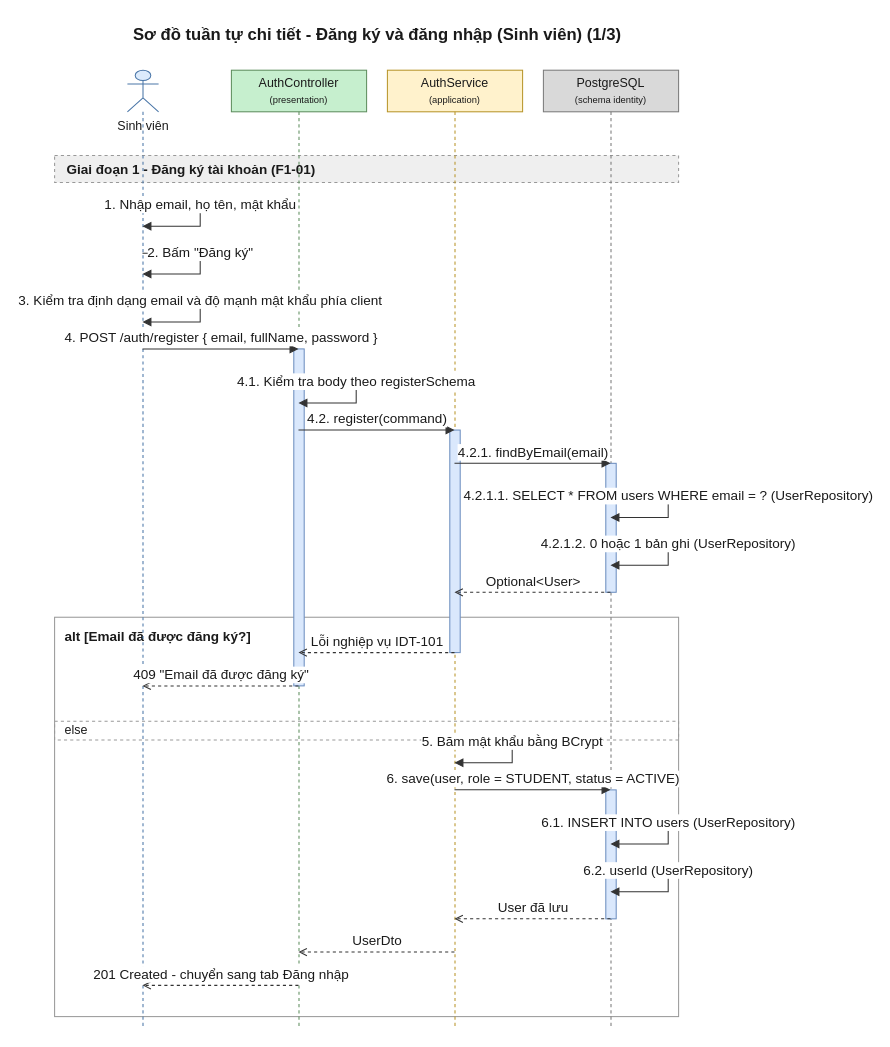
The draw.io diagram 08-diagram/sequence/user/sequence_user_dang_ky_dang_nhap_p1.drawio in daiphu1801/PRJ_ALGOPREP, before the edit. Source tidied: cells renumbered, new cells numbered last; positions are measured from the earlier drawing's top-left corner, leaving out a move shared by most shapes. Both pictures are drawn from the tidied source at 104%, with x=0, y=0 at pixel (54, 18).
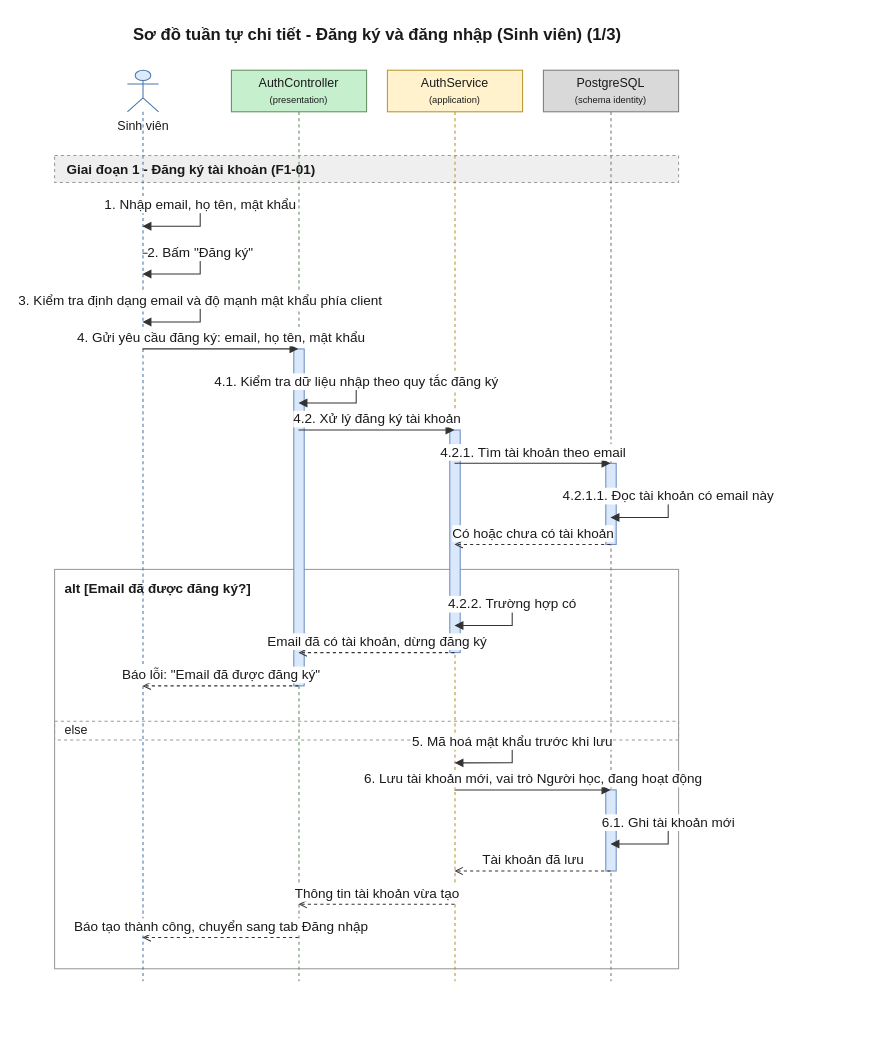
After the change.

Change to the diagram source:
```diff
@@
     <mxCell id="3" value="alt [Email đã được đăng ký?]" style="algoprep=alt;rounded=0;whiteSpace=wrap;html=1;fillColor=none;strokeColor=#999999;verticalAlign=top;align=left;spacingLeft=8;spacingTop=4;fontColor=#1A1A1A;fontSize=13;fontStyle=1;dashed=0;" parent="1" vertex="1">
-      <mxGeometry y="576" width="600" height="384" as="geometry" />
+      <mxGeometry y="530" width="600" height="384" as="geometry" />
     </mxCell>
@@
     <mxCell id="6" value="Sinh viên" style="shape=umlLifeline;participant=umlActor;perimeter=lifelinePerimeter;html=1;outlineConnect=0;size=40;verticalAlign=top;spacingTop=40;fillColor=#DCEBFC;strokeColor=#4A76A8;fontColor=#1A1A1A;" parent="1" vertex="1">
-      <mxGeometry x="70" y="50" width="30" height="922" as="geometry" />
+      <mxGeometry x="70" y="50" width="30" height="876" as="geometry" />
     </mxCell>
     <mxCell id="7" value="AuthController&lt;br&gt;&lt;font style=&quot;font-size:9px&quot;&gt;(presentation)&lt;/font&gt;" style="shape=umlLifeline;perimeter=lifelinePerimeter;whiteSpace=wrap;html=1;outlineConnect=0;size=40;fillColor=#C6EFCE;strokeColor=#5E8E5E;fontColor=#1A1A1A;" parent="1" vertex="1">
-      <mxGeometry x="170" y="50" width="130" height="922" as="geometry" />
+      <mxGeometry x="170" y="50" width="130" height="876" as="geometry" />
     </mxCell>
     <mxCell id="8" value="AuthService&lt;br&gt;&lt;font style=&quot;font-size:9px&quot;&gt;(application)&lt;/font&gt;" style="shape=umlLifeline;perimeter=lifelinePerimeter;whiteSpace=wrap;html=1;outlineConnect=0;size=40;fillColor=#FFF2CC;strokeColor=#B8952A;fontColor=#1A1A1A;" parent="1" vertex="1">
-      <mxGeometry x="320" y="50" width="130" height="922" as="geometry" />
+      <mxGeometry x="320" y="50" width="130" height="876" as="geometry" />
     </mxCell>
     <mxCell id="9" value="PostgreSQL&lt;br&gt;&lt;font style=&quot;font-size:9px&quot;&gt;(schema identity)&lt;/font&gt;" style="shape=umlLifeline;perimeter=lifelinePerimeter;whiteSpace=wrap;html=1;outlineConnect=0;size=40;fillColor=#D9D9D9;strokeColor=#7A7A7A;fontColor=#1A1A1A;" parent="1" vertex="1">
-      <mxGeometry x="470" y="50" width="130" height="922" as="geometry" />
+      <mxGeometry x="470" y="50" width="130" height="876" as="geometry" />
     </mxCell>
     <mxCell id="10" style="html=1;perimeter=orthogonalPerimeter;targetShapes=umlLifeline;fillColor=#DAE8FC;strokeColor=#6C8EBF;" parent="9" vertex="1">
-      <mxGeometry x="60" y="378" width="10" height="124" as="geometry" />
+      <mxGeometry x="60" y="378" width="10" height="78" as="geometry" />
     </mxCell>
@@
     <mxCell id="13" style="html=1;perimeter=orthogonalPerimeter;targetShapes=umlLifeline;fillColor=#DAE8FC;strokeColor=#6C8EBF;" parent="9" vertex="1">
-      <mxGeometry x="60" y="692" width="10" height="124" as="geometry" />
+      <mxGeometry x="60" y="692" width="10" height="78" as="geometry" />
     </mxCell>
-    <mxCell id="14" value="1. Nhập email, họ tên, mật khẩu" style="edgeStyle=orthogonalEdgeStyle;rounded=0;html=1;endArrow=block;endFill=1;strokeColor=#333333;fontColor=#1A1A1A;fontSize=13;verticalAlign=bottom;exitX=0.5;exitY=0.1410;exitDx=0;exitDy=0;entryX=0.5;entryY=0.1627;entryDx=0;entryDy=0;" parent="1" edge="1" source="6" target="6">
+    <mxCell id="14" value="1. Nhập email, họ tên, mật khẩu" style="edgeStyle=orthogonalEdgeStyle;rounded=0;html=1;endArrow=block;endFill=1;strokeColor=#333333;fontColor=#1A1A1A;fontSize=13;verticalAlign=bottom;exitX=0.5;exitY=0.1484;exitDx=0;exitDy=0;entryX=0.5;entryY=0.1712;entryDx=0;entryDy=0;" parent="1" edge="1" source="6" target="6">
       <mxGeometry relative="1" as="geometry">
         <Array as="points">
           <mxPoint x="140" y="180" />
           <mxPoint x="140" y="200" />
         </Array>
       </mxGeometry>
     </mxCell>
-    <mxCell id="15" value="2. Bấm &quot;Đăng ký&quot;" style="edgeStyle=orthogonalEdgeStyle;rounded=0;html=1;endArrow=block;endFill=1;strokeColor=#333333;fontColor=#1A1A1A;fontSize=13;verticalAlign=bottom;exitX=0.5;exitY=0.1909;exitDx=0;exitDy=0;entryX=0.5;entryY=0.2126;entryDx=0;entryDy=0;" parent="1" edge="1" source="6" target="6">
+    <mxCell id="15" value="2. Bấm &quot;Đăng ký&quot;" style="edgeStyle=orthogonalEdgeStyle;rounded=0;html=1;endArrow=block;endFill=1;strokeColor=#333333;fontColor=#1A1A1A;fontSize=13;verticalAlign=bottom;exitX=0.5;exitY=0.2009;exitDx=0;exitDy=0;entryX=0.5;entryY=0.2237;entryDx=0;entryDy=0;" parent="1" edge="1" source="6" target="6">
       <mxGeometry relative="1" as="geometry">
         <Array as="points">
           <mxPoint x="140" y="226" />
           <mxPoint x="140" y="246" />
         </Array>
       </mxGeometry>
     </mxCell>
-    <mxCell id="16" value="3. Kiểm tra định dạng email và độ mạnh mật khẩu phía client" style="edgeStyle=orthogonalEdgeStyle;rounded=0;html=1;endArrow=block;endFill=1;strokeColor=#333333;fontColor=#1A1A1A;fontSize=13;verticalAlign=bottom;exitX=0.5;exitY=0.2408;exitDx=0;exitDy=0;entryX=0.5;entryY=0.2625;entryDx=0;entryDy=0;" parent="1" edge="1" source="6" target="6">
+    <mxCell id="16" value="3. Kiểm tra định dạng email và độ mạnh mật khẩu phía client" style="edgeStyle=orthogonalEdgeStyle;rounded=0;html=1;endArrow=block;endFill=1;strokeColor=#333333;fontColor=#1A1A1A;fontSize=13;verticalAlign=bottom;exitX=0.5;exitY=0.2534;exitDx=0;exitDy=0;entryX=0.5;entryY=0.2763;entryDx=0;entryDy=0;" parent="1" edge="1" source="6" target="6">
       <mxGeometry relative="1" as="geometry">
         <Array as="points">
           <mxPoint x="140" y="272" />
           <mxPoint x="140" y="292" />
         </Array>
       </mxGeometry>
     </mxCell>
-    <mxCell id="17" value="4. POST /auth/register { email, fullName, password }" style="edgeStyle=none;html=1;endArrow=block;endFill=1;strokeColor=#333333;fontColor=#1A1A1A;fontSize=13;verticalAlign=bottom;exitX=0.5;exitY=0.2907;exitDx=0;exitDy=0;entryX=0.5;entryY=0.2907;entryDx=0;entryDy=0;" parent="1" edge="1" source="6" target="7">
+    <mxCell id="17" value="4. Gửi yêu cầu đăng ký: email, họ tên, mật khẩu" style="edgeStyle=none;html=1;endArrow=block;endFill=1;strokeColor=#333333;fontColor=#1A1A1A;fontSize=13;verticalAlign=bottom;exitX=0.5;exitY=0.3059;exitDx=0;exitDy=0;entryX=0.5;entryY=0.3059;entryDx=0;entryDy=0;" parent="1" edge="1" source="6" target="7">
       <mxGeometry relative="1" as="geometry" />
     </mxCell>
-    <mxCell id="18" value="4.1. Kiểm tra body theo registerSchema" style="edgeStyle=orthogonalEdgeStyle;rounded=0;html=1;endArrow=block;endFill=1;strokeColor=#333333;fontColor=#1A1A1A;fontSize=13;verticalAlign=bottom;exitX=0.5;exitY=0.3254;exitDx=0;exitDy=0;entryX=0.5;entryY=0.3471;entryDx=0;entryDy=0;" parent="1" edge="1" source="7" target="7">
+    <mxCell id="18" value="4.1. Kiểm tra dữ liệu nhập theo quy tắc đăng ký" style="edgeStyle=orthogonalEdgeStyle;rounded=0;html=1;endArrow=block;endFill=1;strokeColor=#333333;fontColor=#1A1A1A;fontSize=13;verticalAlign=bottom;exitX=0.5;exitY=0.3425;exitDx=0;exitDy=0;entryX=0.5;entryY=0.3653;entryDx=0;entryDy=0;" parent="1" edge="1" source="7" target="7">
       <mxGeometry relative="1" as="geometry">
         <Array as="points">
           <mxPoint x="290" y="350" />
           <mxPoint x="290" y="370" />
         </Array>
       </mxGeometry>
     </mxCell>
-    <mxCell id="19" value="4.2. register(command)" style="edgeStyle=none;html=1;endArrow=block;endFill=1;strokeColor=#333333;fontColor=#1A1A1A;fontSize=13;verticalAlign=bottom;exitX=0.5;exitY=0.3753;exitDx=0;exitDy=0;entryX=0.5;entryY=0.3753;entryDx=0;entryDy=0;" parent="1" edge="1" source="7" target="8">
+    <mxCell id="19" value="4.2. Xử lý đăng ký tài khoản" style="edgeStyle=none;html=1;endArrow=block;endFill=1;strokeColor=#333333;fontColor=#1A1A1A;fontSize=13;verticalAlign=bottom;exitX=0.5;exitY=0.3950;exitDx=0;exitDy=0;entryX=0.5;entryY=0.3950;entryDx=0;entryDy=0;" parent="1" edge="1" source="7" target="8">
       <mxGeometry relative="1" as="geometry" />
     </mxCell>
-    <mxCell id="20" value="4.2.1. findByEmail(email)" style="edgeStyle=none;html=1;endArrow=block;endFill=1;strokeColor=#333333;fontColor=#1A1A1A;fontSize=13;verticalAlign=bottom;exitX=0.5;exitY=0.4100;exitDx=0;exitDy=0;entryX=0.5;entryY=0.4100;entryDx=0;entryDy=0;" parent="1" edge="1" source="8" target="9">
+    <mxCell id="20" value="4.2.1. Tìm tài khoản theo email" style="edgeStyle=none;html=1;endArrow=block;endFill=1;strokeColor=#333333;fontColor=#1A1A1A;fontSize=13;verticalAlign=bottom;exitX=0.5;exitY=0.4315;exitDx=0;exitDy=0;entryX=0.5;entryY=0.4315;entryDx=0;entryDy=0;" parent="1" edge="1" source="8" target="9">
       <mxGeometry relative="1" as="geometry" />
     </mxCell>
-    <mxCell id="21" value="4.2.1.1. SELECT * FROM users WHERE email = ? (UserRepository)" style="edgeStyle=orthogonalEdgeStyle;rounded=0;html=1;endArrow=block;endFill=1;strokeColor=#333333;fontColor=#1A1A1A;fontSize=13;verticalAlign=bottom;exitX=0.5;exitY=0.4447;exitDx=0;exitDy=0;entryX=0.5;entryY=0.4664;entryDx=0;entryDy=0;" parent="1" edge="1" source="9" target="9">
+    <mxCell id="21" value="4.2.1.1. Đọc tài khoản có email này" style="edgeStyle=orthogonalEdgeStyle;rounded=0;html=1;endArrow=block;endFill=1;strokeColor=#333333;fontColor=#1A1A1A;fontSize=13;verticalAlign=bottom;exitX=0.5;exitY=0.4680;exitDx=0;exitDy=0;entryX=0.5;entryY=0.4909;entryDx=0;entryDy=0;" parent="1" edge="1" source="9" target="9">
       <mxGeometry relative="1" as="geometry">
         <Array as="points">
           <mxPoint x="590" y="460" />
           <mxPoint x="590" y="480" />
         </Array>
       </mxGeometry>
     </mxCell>
-    <mxCell id="22" value="4.2.1.2. 0 hoặc 1 bản ghi (UserRepository)" style="edgeStyle=orthogonalEdgeStyle;rounded=0;html=1;endArrow=block;endFill=1;strokeColor=#333333;fontColor=#1A1A1A;fontSize=13;verticalAlign=bottom;exitX=0.5;exitY=0.4946;exitDx=0;exitDy=0;entryX=0.5;entryY=0.5163;entryDx=0;entryDy=0;" parent="1" edge="1" source="9" target="9">
-      <mxGeometry relative="1" as="geometry">
-        <Array as="points">
-          <mxPoint x="590" y="506" />
-          <mxPoint x="590" y="526" />
-        </Array>
-      </mxGeometry>
+    <mxCell id="22" value="Có hoặc chưa có tài khoản" style="edgeStyle=none;html=1;endArrow=open;endFill=0;dashed=1;strokeColor=#333333;fontColor=#1A1A1A;fontSize=13;verticalAlign=bottom;exitX=0.5;exitY=0.5205;exitDx=0;exitDy=0;entryX=0.5;entryY=0.5205;entryDx=0;entryDy=0;" parent="1" edge="1" source="9" target="8">
+      <mxGeometry relative="1" as="geometry" />
     </mxCell>
-    <mxCell id="23" value="Optional&amp;lt;User&amp;gt;" style="edgeStyle=none;html=1;endArrow=open;endFill=0;dashed=1;strokeColor=#333333;fontColor=#1A1A1A;fontSize=13;verticalAlign=bottom;exitX=0.5;exitY=0.5445;exitDx=0;exitDy=0;entryX=0.5;entryY=0.5445;entryDx=0;entryDy=0;" parent="1" edge="1" source="9" target="8">
-      <mxGeometry relative="1" as="geometry" />
+    <mxCell id="23" value="4.2.2. Trường hợp có" style="edgeStyle=orthogonalEdgeStyle;rounded=0;html=1;endArrow=block;endFill=1;strokeColor=#333333;fontColor=#1A1A1A;fontSize=13;verticalAlign=bottom;exitX=0.5;exitY=0.5868;exitDx=0;exitDy=0;entryX=0.5;entryY=0.6096;entryDx=0;entryDy=0;" parent="1" edge="1" source="8" target="8">
+      <mxGeometry relative="1" as="geometry">
+        <Array as="points">
+          <mxPoint x="440" y="564" />
+          <mxPoint x="440" y="584" />
+        </Array>
+      </mxGeometry>
     </mxCell>
-    <mxCell id="24" value="Lỗi nghiệp vụ IDT-101" style="edgeStyle=none;html=1;endArrow=open;endFill=0;dashed=1;strokeColor=#333333;fontColor=#1A1A1A;fontSize=13;verticalAlign=bottom;exitX=0.5;exitY=0.6074;exitDx=0;exitDy=0;entryX=0.5;entryY=0.6074;entryDx=0;entryDy=0;" parent="1" edge="1" source="8" target="7">
+    <mxCell id="24" value="Email đã có tài khoản, dừng đăng ký" style="edgeStyle=none;html=1;endArrow=open;endFill=0;dashed=1;strokeColor=#333333;fontColor=#1A1A1A;fontSize=13;verticalAlign=bottom;exitX=0.5;exitY=0.6393;exitDx=0;exitDy=0;entryX=0.5;entryY=0.6393;entryDx=0;entryDy=0;" parent="1" edge="1" source="8" target="7">
       <mxGeometry relative="1" as="geometry" />
     </mxCell>
-    <mxCell id="25" value="409 &quot;Email đã được đăng ký&quot;" style="edgeStyle=none;html=1;endArrow=open;endFill=0;dashed=1;strokeColor=#333333;fontColor=#1A1A1A;fontSize=13;verticalAlign=bottom;exitX=0.5;exitY=0.6421;exitDx=0;exitDy=0;entryX=0.5;entryY=0.6421;entryDx=0;entryDy=0;" parent="1" edge="1" source="7" target="6">
+    <mxCell id="25" value="Báo lỗi: &quot;Email đã được đăng ký&quot;" style="edgeStyle=none;html=1;endArrow=open;endFill=0;dashed=1;strokeColor=#333333;fontColor=#1A1A1A;fontSize=13;verticalAlign=bottom;exitX=0.5;exitY=0.6758;exitDx=0;exitDy=0;entryX=0.5;entryY=0.6758;entryDx=0;entryDy=0;" parent="1" edge="1" source="7" target="6">
       <mxGeometry relative="1" as="geometry" />
     </mxCell>
-    <mxCell id="26" value="5. Băm mật khẩu bằng BCrypt" style="edgeStyle=orthogonalEdgeStyle;rounded=0;html=1;endArrow=block;endFill=1;strokeColor=#333333;fontColor=#1A1A1A;fontSize=13;verticalAlign=bottom;exitX=0.5;exitY=0.7007;exitDx=0;exitDy=0;entryX=0.5;entryY=0.7223;entryDx=0;entryDy=0;" parent="1" edge="1" source="8" target="8">
+    <mxCell id="26" value="5. Mã hoá mật khẩu trước khi lưu" style="edgeStyle=orthogonalEdgeStyle;rounded=0;html=1;endArrow=block;endFill=1;strokeColor=#333333;fontColor=#1A1A1A;fontSize=13;verticalAlign=bottom;exitX=0.5;exitY=0.7374;exitDx=0;exitDy=0;entryX=0.5;entryY=0.7603;entryDx=0;entryDy=0;" parent="1" edge="1" source="8" target="8">
       <mxGeometry relative="1" as="geometry">
         <Array as="points">
           <mxPoint x="440" y="696" />
           <mxPoint x="440" y="716" />
         </Array>
       </mxGeometry>
     </mxCell>
-    <mxCell id="27" value="6. save(user, role = STUDENT, status = ACTIVE)" style="edgeStyle=none;html=1;endArrow=block;endFill=1;strokeColor=#333333;fontColor=#1A1A1A;fontSize=13;verticalAlign=bottom;exitX=0.5;exitY=0.7505;exitDx=0;exitDy=0;entryX=0.5;entryY=0.7505;entryDx=0;entryDy=0;" parent="1" edge="1" source="8" target="9">
+    <mxCell id="27" value="6. Lưu tài khoản mới, vai trò Người học, đang hoạt động" style="edgeStyle=none;html=1;endArrow=block;endFill=1;strokeColor=#333333;fontColor=#1A1A1A;fontSize=13;verticalAlign=bottom;exitX=0.5;exitY=0.7900;exitDx=0;exitDy=0;entryX=0.5;entryY=0.7900;entryDx=0;entryDy=0;" parent="1" edge="1" source="8" target="9">
       <mxGeometry relative="1" as="geometry" />
     </mxCell>
-    <mxCell id="28" value="6.1. INSERT INTO users (UserRepository)" style="edgeStyle=orthogonalEdgeStyle;rounded=0;html=1;endArrow=block;endFill=1;strokeColor=#333333;fontColor=#1A1A1A;fontSize=13;verticalAlign=bottom;exitX=0.5;exitY=0.7852;exitDx=0;exitDy=0;entryX=0.5;entryY=0.8069;entryDx=0;entryDy=0;" parent="1" edge="1" source="9" target="9">
+    <mxCell id="28" value="6.1. Ghi tài khoản mới" style="edgeStyle=orthogonalEdgeStyle;rounded=0;html=1;endArrow=block;endFill=1;strokeColor=#333333;fontColor=#1A1A1A;fontSize=13;verticalAlign=bottom;exitX=0.5;exitY=0.8265;exitDx=0;exitDy=0;entryX=0.5;entryY=0.8493;entryDx=0;entryDy=0;" parent="1" edge="1" source="9" target="9">
       <mxGeometry relative="1" as="geometry">
         <Array as="points">
           <mxPoint x="590" y="774" />
           <mxPoint x="590" y="794" />
         </Array>
       </mxGeometry>
     </mxCell>
-    <mxCell id="29" value="6.2. userId (UserRepository)" style="edgeStyle=orthogonalEdgeStyle;rounded=0;html=1;endArrow=block;endFill=1;strokeColor=#333333;fontColor=#1A1A1A;fontSize=13;verticalAlign=bottom;exitX=0.5;exitY=0.8351;exitDx=0;exitDy=0;entryX=0.5;entryY=0.8568;entryDx=0;entryDy=0;" parent="1" edge="1" source="9" target="9">
-      <mxGeometry relative="1" as="geometry">
-        <Array as="points">
-          <mxPoint x="590" y="820" />
-          <mxPoint x="590" y="840" />
-        </Array>
-      </mxGeometry>
+    <mxCell id="29" value="Tài khoản đã lưu" style="edgeStyle=none;html=1;endArrow=open;endFill=0;dashed=1;strokeColor=#333333;fontColor=#1A1A1A;fontSize=13;verticalAlign=bottom;exitX=0.5;exitY=0.8790;exitDx=0;exitDy=0;entryX=0.5;entryY=0.8790;entryDx=0;entryDy=0;" parent="1" edge="1" source="9" target="8">
+      <mxGeometry relative="1" as="geometry" />
     </mxCell>
-    <mxCell id="30" value="User đã lưu" style="edgeStyle=none;html=1;endArrow=open;endFill=0;dashed=1;strokeColor=#333333;fontColor=#1A1A1A;fontSize=13;verticalAlign=bottom;exitX=0.5;exitY=0.8850;exitDx=0;exitDy=0;entryX=0.5;entryY=0.8850;entryDx=0;entryDy=0;" parent="1" edge="1" source="9" target="8">
+    <mxCell id="30" value="Thông tin tài khoản vừa tạo" style="edgeStyle=none;html=1;endArrow=open;endFill=0;dashed=1;strokeColor=#333333;fontColor=#1A1A1A;fontSize=13;verticalAlign=bottom;exitX=0.5;exitY=0.9155;exitDx=0;exitDy=0;entryX=0.5;entryY=0.9155;entryDx=0;entryDy=0;" parent="1" edge="1" source="8" target="7">
       <mxGeometry relative="1" as="geometry" />
     </mxCell>
-    <mxCell id="31" value="UserDto" style="edgeStyle=none;html=1;endArrow=open;endFill=0;dashed=1;strokeColor=#333333;fontColor=#1A1A1A;fontSize=13;verticalAlign=bottom;exitX=0.5;exitY=0.9197;exitDx=0;exitDy=0;entryX=0.5;entryY=0.9197;entryDx=0;entryDy=0;" parent="1" edge="1" source="8" target="7">
+    <mxCell id="31" value="Báo tạo thành công, chuyển sang tab Đăng nhập" style="edgeStyle=none;html=1;endArrow=open;endFill=0;dashed=1;strokeColor=#333333;fontColor=#1A1A1A;fontSize=13;verticalAlign=bottom;exitX=0.5;exitY=0.9521;exitDx=0;exitDy=0;entryX=0.5;entryY=0.9521;entryDx=0;entryDy=0;" parent="1" edge="1" source="7" target="6">
       <mxGeometry relative="1" as="geometry" />
     </mxCell>
-    <mxCell id="32" value="201 Created - chuyển sang tab Đăng nhập" style="edgeStyle=none;html=1;endArrow=open;endFill=0;dashed=1;strokeColor=#333333;fontColor=#1A1A1A;fontSize=13;verticalAlign=bottom;exitX=0.5;exitY=0.9544;exitDx=0;exitDy=0;entryX=0.5;entryY=0.9544;entryDx=0;entryDy=0;" parent="1" edge="1" source="7" target="6">
-      <mxGeometry relative="1" as="geometry" />
-    </mxCell>
```
